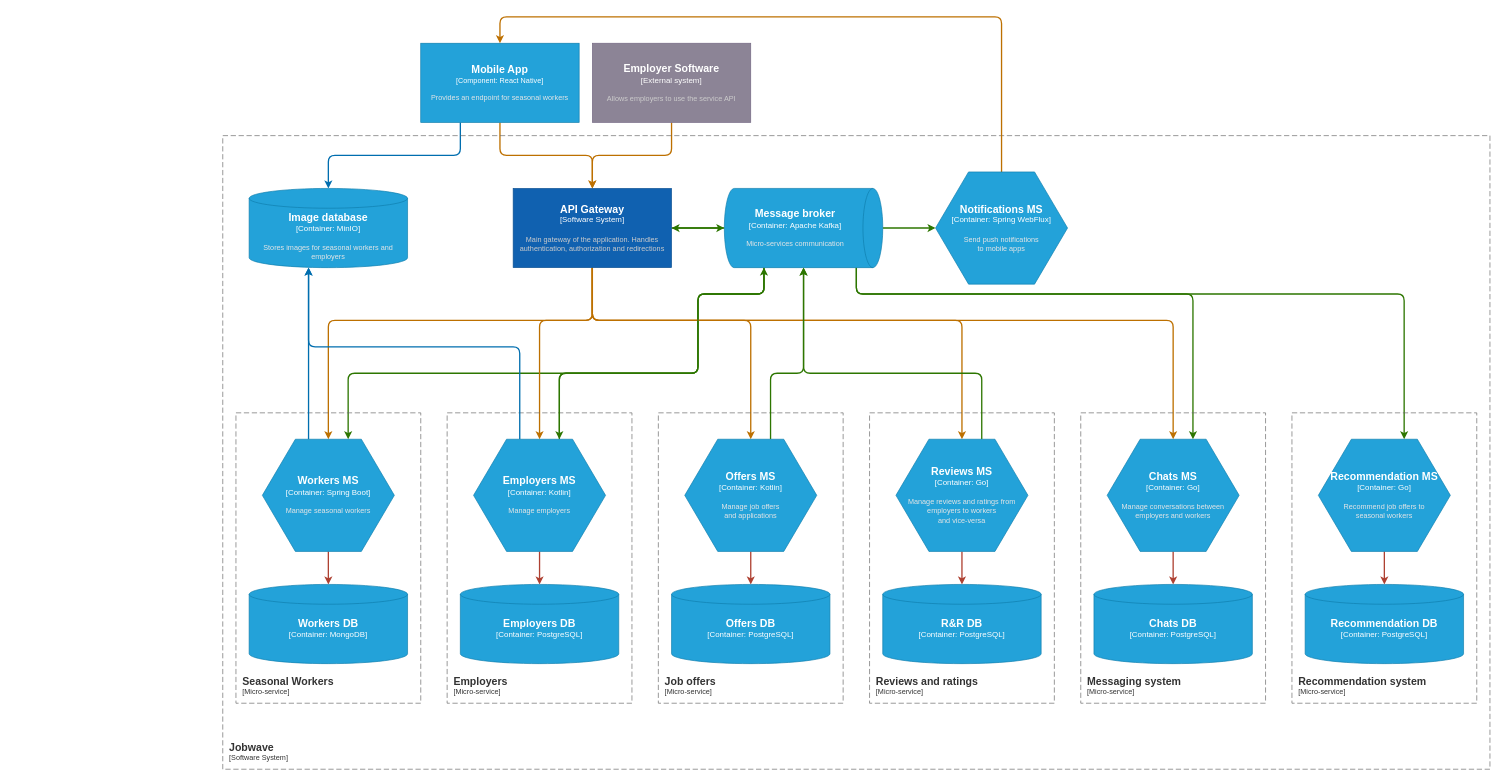
BioTheWolff/Jobwave keeps this draw.io diagram as docs/architecture-diagram.drawio. Above is the earlier version. Source tidied: cells renumbered, new cells numbered last; positions are measured from the earlier drawing's top-left corner, leaving out a move shared by most shapes. Both pictures are drawn from the tidied source at 66%, with x=0, y=0 at pixel (222, 16).
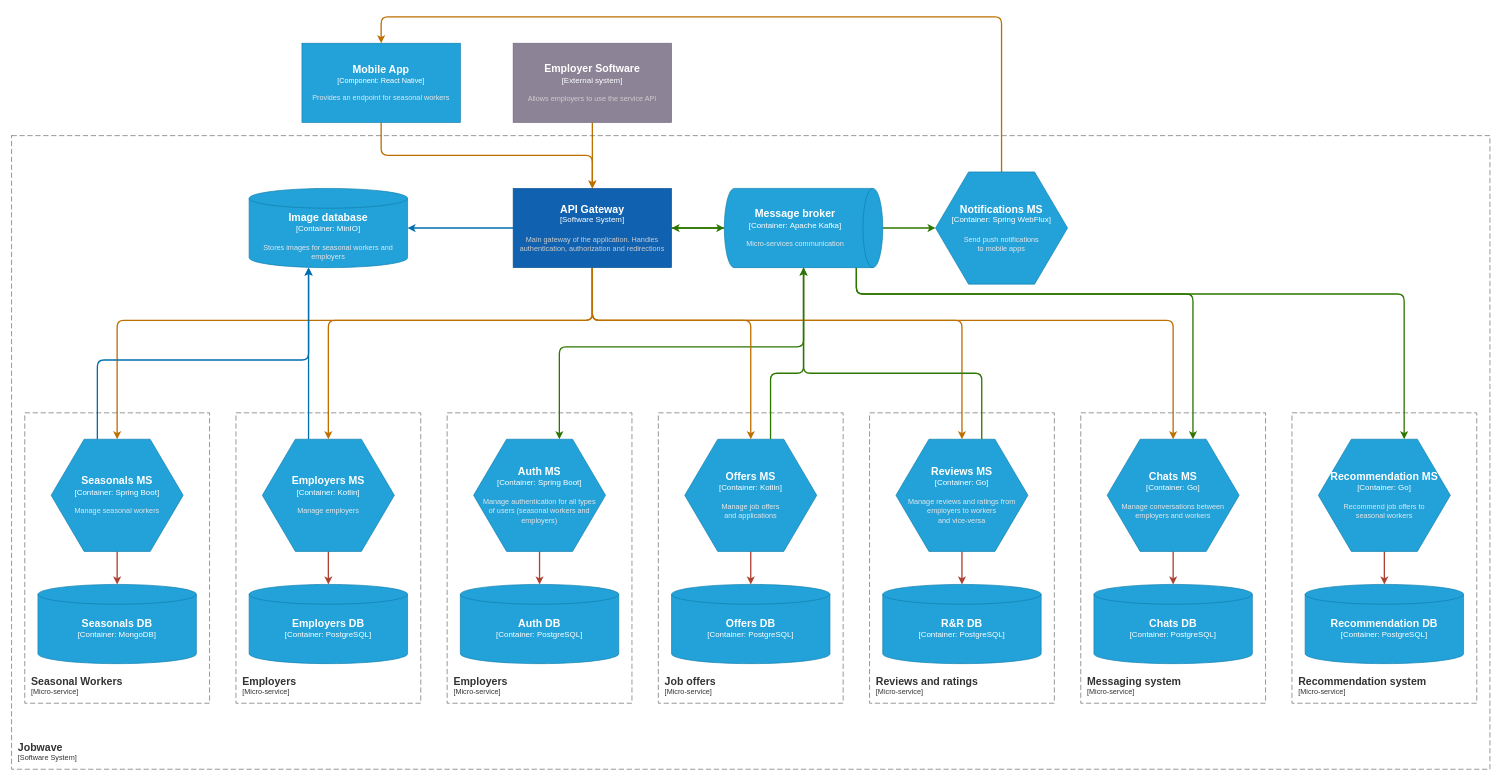
The same page after the edit.

Commit message:
feat: add auth ms to diagram

Unchanged cells that the change refers to:
```xml
<object id="8" label="&lt;font style=&quot;font-size: 16px&quot;&gt;&lt;b&gt;%c4Type%&lt;/b&gt;&lt;/font&gt;&lt;div&gt;[%c4Container%:&amp;nbsp;%c4Technology%]&lt;/div&gt;&lt;br&gt;&lt;div&gt;&lt;font style=&quot;font-size: 11px&quot;&gt;&lt;font color=&quot;#E6E6E6&quot;&gt;%c4Description%&lt;/font&gt;&lt;/div&gt;" c4Container="Container" c4Description="Stores images for seasonal workers and employers" c4Technology="MinIO" c4Type="Image database" placeholders="1">
  <mxCell style="shape=cylinder3;size=15;whiteSpace=wrap;html=1;boundedLbl=1;rounded=0;labelBackgroundColor=none;fillColor=#23A2D9;fontSize=12;fontColor=#ffffff;align=center;strokeColor=#0E7DAD;points=[[0.5,0,0],[1,0.25,0],[1,0.5,0],[1,0.75,0],[0.5,1,0],[0,0.75,0],[0,0.5,0],[0,0.25,0]];" parent="1" vertex="1">
    <mxGeometry x="40" y="260" width="240" height="120" as="geometry" />
  </mxCell>
</object>
<object id="15" label="&lt;font style=&quot;font-size: 16px&quot;&gt;&lt;b&gt;%c4Type%&lt;/b&gt;&lt;/font&gt;&lt;div&gt;[%c4Container%:&amp;nbsp;%c4Technology%]&lt;/div&gt;&lt;br&gt;&lt;div&gt;&lt;font style=&quot;font-size: 11px&quot;&gt;&lt;font color=&quot;#E6E6E6&quot;&gt;%c4Description%&lt;/font&gt;&lt;/div&gt;" c4Container="Container" c4Description="Micro-services communication" c4Technology="Apache Kafka" c4Type="Message broker" placeholders="1">
  <mxCell style="shape=cylinder3;size=15;direction=south;whiteSpace=wrap;html=1;boundedLbl=1;rounded=0;labelBackgroundColor=none;fillColor=#23A2D9;fontSize=12;fontColor=#ffffff;align=center;strokeColor=#0E7DAD;points=[[0.5,0,0],[1,0.25,0],[1,0.5,0],[1,0.75,0],[0.5,1,0],[0,0.75,0],[0,0.5,0],[0,0.25,0]];" parent="1" vertex="1">
    <mxGeometry x="760" y="260" width="240" height="120" as="geometry" />
  </mxCell>
</object>
<object id="22" label="&lt;font style=&quot;font-size: 16px&quot;&gt;&lt;b&gt;%c4Name%&lt;/b&gt;&lt;/font&gt;&lt;div&gt;[%c4Type%]&lt;/div&gt;&lt;br&gt;&lt;div&gt;&lt;font style=&quot;font-size: 11px&quot;&gt;&lt;font color=&quot;#cccccc&quot;&gt;%c4Description%&lt;/font&gt;&lt;/div&gt;" c4Description="Main gateway of the application. Handles authentication, authorization and redirections" c4Name="API Gateway" c4Type="Software System" placeholders="1">
  <mxCell style="rounded=0;whiteSpace=wrap;html=1;labelBackgroundColor=none;fillColor=#1061B0;fontColor=#ffffff;align=center;arcSize=10;strokeColor=#0D5091;points=[[0.25,0,0],[0.5,0,0],[0.75,0,0],[1,0.25,0],[1,0.5,0],[1,0.75,0],[0.75,1,0],[0.5,1,0],[0.25,1,0],[0,0.75,0],[0,0.5,0],[0,0.25,0]];" parent="1" vertex="1">
    <mxGeometry x="440" y="260" width="240" height="120" as="geometry" />
  </mxCell>
</object>
<object id="49" label="&lt;font style=&quot;font-size: 16px&quot;&gt;&lt;b&gt;%c4Type%&lt;/b&gt;&lt;/font&gt;&lt;div&gt;[%c4Container%:&amp;nbsp;%c4Technology%]&lt;/div&gt;&lt;br&gt;&lt;div&gt;&lt;font style=&quot;font-size: 11px&quot;&gt;&lt;font color=&quot;#E6E6E6&quot;&gt;%c4Description%&lt;/font&gt;&lt;/div&gt;" c4Container="Container" c4Description="Send push notifications&#10;to mobile apps" c4Technology="Spring WebFlux" c4Type="Notifications MS" placeholders="1">
  <mxCell style="shape=hexagon;size=50;perimeter=hexagonPerimeter2;whiteSpace=wrap;html=1;fixedSize=1;rounded=0;labelBackgroundColor=none;fillColor=#23A2D9;fontSize=12;fontColor=#ffffff;align=center;strokeColor=#0E7DAD;points=[[0.5,0,0],[1,0.25,0],[1,0.5,0],[1,0.75,0],[0.5,1,0],[0,0.75,0],[0,0.5,0],[0,0.25,0]];" parent="1" vertex="1">
    <mxGeometry x="1080" y="235" width="200" height="170" as="geometry" />
  </mxCell>
</object>
```

What changed in the source:
```diff
@@
     <object id="3" label="&lt;font style=&quot;font-size: 16px&quot;&gt;&lt;b&gt;%c4Name%&lt;/b&gt;&lt;/font&gt;&lt;div&gt;[%c4Type%]&lt;/div&gt;&lt;br&gt;&lt;div&gt;&lt;font style=&quot;font-size: 11px&quot;&gt;&lt;font color=&quot;#cccccc&quot;&gt;%c4Description%&lt;/font&gt;&lt;/div&gt;" c4Description="Allows employers to use the service API" c4Name="Employer Software" c4Type="External system" placeholders="1">
       <mxCell style="rounded=0;whiteSpace=wrap;html=1;labelBackgroundColor=none;fillColor=#8C8496;fontColor=#ffffff;align=center;arcSize=10;strokeColor=#736782;points=[[0.25,0,0],[0.5,0,0],[0.75,0,0],[1,0.25,0],[1,0.5,0],[1,0.75,0],[0.75,1,0],[0.5,1,0],[0.25,1,0],[0,0.75,0],[0,0.5,0],[0,0.25,0]];" parent="1" vertex="1">
-        <mxGeometry x="560" y="40" width="240" height="120" as="geometry" />
+        <mxGeometry x="440" y="40" width="240" height="120" as="geometry" />
       </mxCell>
     </object>
     <mxCell id="4" style="edgeStyle=orthogonalEdgeStyle;jettySize=auto;html=1;strokeWidth=2;fillColor=#f0a30a;strokeColor=#BD7000;" parent="1" edge="1" source="6" target="22">
-      <mxGeometry relative="1" as="geometry" />
+      <mxGeometry relative="1" as="geometry">
+        <Array as="points">
+          <mxPoint x="240" y="210" />
+          <mxPoint x="560" y="210" />
+        </Array>
+      </mxGeometry>
     </mxCell>
-    <mxCell id="5" style="edgeStyle=orthogonalEdgeStyle;jettySize=auto;html=1;strokeWidth=2;fillColor=#1ba1e2;strokeColor=#006EAF;" parent="1" edge="1" source="6" target="8">
+    <mxCell id="5" style="edgeStyle=orthogonalEdgeStyle;jettySize=auto;html=1;strokeWidth=2;fillColor=#1ba1e2;strokeColor=#006EAF;" parent="1" edge="1" source="22" target="8">
       <mxGeometry relative="1" as="geometry">
         <Array as="points">
-          <mxPoint x="360" y="210" />
-          <mxPoint x="160" y="210" />
+          <mxPoint x="190" y="330" />
+          <mxPoint x="190" y="330" />
         </Array>
       </mxGeometry>
     </mxCell>
     <object id="6" label="&lt;font style=&quot;font-size: 16px&quot;&gt;&lt;b&gt;%c4Name%&lt;/b&gt;&lt;/font&gt;&lt;div&gt;[%c4Type%: %c4Technology%]&lt;/div&gt;&lt;br&gt;&lt;div&gt;&lt;font style=&quot;font-size: 11px&quot;&gt;&lt;font color=&quot;#E6E6E6&quot;&gt;%c4Description%&lt;/font&gt;&lt;/div&gt;" c4Description="Provides an endpoint for seasonal workers" c4Name="Mobile App" c4Technology="React Native" c4Type="Component" placeholders="1">
       <mxCell style="rounded=0;whiteSpace=wrap;html=1;fontSize=11;labelBackgroundColor=none;fillColor=#23A2D9;fontColor=#ffffff;align=center;arcSize=10;strokeColor=#0E7DAD;points=[[0.25,0,0],[0.5,0,0],[0.75,0,0],[1,0.25,0],[1,0.5,0],[1,0.75,0],[0.75,1,0],[0.5,1,0],[0.25,1,0],[0,0.75,0],[0,0.5,0],[0,0.25,0]];" parent="1" vertex="1">
-        <mxGeometry x="300" y="40" width="240" height="120" as="geometry" />
+        <mxGeometry x="120" y="40" width="240" height="120" as="geometry" />
       </mxCell>
     </object>
     <object id="7" label="&lt;font style=&quot;font-size: 16px&quot;&gt;&lt;b&gt;&lt;div style=&quot;text-align: left&quot;&gt;%c4Name%&lt;/div&gt;&lt;/b&gt;&lt;/font&gt;&lt;div style=&quot;text-align: left&quot;&gt;[%c4Application%]&lt;/div&gt;" c4Application="Software System" c4Name="Jobwave" placeholders="1">
       <mxCell style="rounded=0;fontSize=11;whiteSpace=wrap;html=1;dashed=1;arcSize=20;fillColor=none;strokeColor=#666666;fontColor=#333333;labelBackgroundColor=none;align=left;verticalAlign=bottom;labelBorderColor=none;spacingTop=0;spacing=10;dashPattern=8 4;perimeter=rectanglePerimeter;noLabel=0;labelPadding=0;absoluteArcSize=1;" parent="1" vertex="1">
-        <mxGeometry y="180" width="1920" height="960" as="geometry" />
+        <mxGeometry x="-320" y="180" width="2240" height="960" as="geometry" />
       </mxCell>
     </object>
@@
-    <mxCell id="11" style="edgeStyle=orthogonalEdgeStyle;jettySize=auto;html=1;strokeWidth=2;fillColor=#60a917;strokeColor=#2D7600;" parent="1" edge="1" source="15" target="32">
-      <mxGeometry relative="1" as="geometry">
-        <Array as="points">
-          <mxPoint x="820" y="420" />
-          <mxPoint x="720" y="420" />
-          <mxPoint x="720" y="540" />
-          <mxPoint x="510" y="540" />
-        </Array>
-      </mxGeometry>
-    </mxCell>
-    <mxCell id="12" style="edgeStyle=orthogonalEdgeStyle;jettySize=auto;html=1;strokeWidth=2;fillColor=#60a917;strokeColor=#2D7600;" parent="1" edge="1" source="15" target="26">
-      <mxGeometry relative="1" as="geometry">
-        <Array as="points">
-          <mxPoint x="820" y="420" />
-          <mxPoint x="720" y="420" />
-          <mxPoint x="720" y="540" />
-          <mxPoint x="190" y="540" />
-        </Array>
-      </mxGeometry>
-    </mxCell>
@@
+    <mxCell id="54" style="edgeStyle=orthogonalEdgeStyle;rounded=1;jettySize=auto;html=1;strokeWidth=2;fillColor=#60a917;strokeColor=#2D7600;" parent="1" edge="1" source="15" target="57">
+      <mxGeometry relative="1" as="geometry">
+        <Array as="points">
+          <mxPoint x="880" y="500" />
+          <mxPoint x="510" y="500" />
+        </Array>
+      </mxGeometry>
+    </mxCell>
@@
     <mxCell id="16" style="edgeStyle=orthogonalEdgeStyle;jettySize=auto;html=1;strokeWidth=2;fillColor=#f0a30a;strokeColor=#BD7000;" parent="1" edge="1" source="22" target="32">
       <mxGeometry relative="1" as="geometry">
         <Array as="points">
           <mxPoint x="560" y="460" />
-          <mxPoint x="480" y="460" />
+          <mxPoint x="160" y="460" />
         </Array>
       </mxGeometry>
     </mxCell>
     <mxCell id="17" style="edgeStyle=orthogonalEdgeStyle;jettySize=auto;html=1;strokeWidth=2;fillColor=#f0a30a;strokeColor=#BD7000;" parent="1" edge="1" source="22" target="26">
       <mxGeometry relative="1" as="geometry">
         <Array as="points">
           <mxPoint x="560" y="460" />
-          <mxPoint x="160" y="460" />
+          <mxPoint x="-160" y="460" />
         </Array>
       </mxGeometry>
     </mxCell>
@@
     <object id="23" label="&lt;font style=&quot;font-size: 16px&quot;&gt;&lt;b&gt;&lt;div style=&quot;text-align: left&quot;&gt;%c4Name%&lt;/div&gt;&lt;/b&gt;&lt;/font&gt;&lt;div style=&quot;text-align: left&quot;&gt;[%c4Application%]&lt;/div&gt;" c4Application="Micro-service" c4Name="Seasonal Workers" placeholders="1">
       <mxCell style="rounded=0;fontSize=11;whiteSpace=wrap;html=1;dashed=1;arcSize=20;fillColor=none;strokeColor=#666666;fontColor=#333333;labelBackgroundColor=none;align=left;verticalAlign=bottom;labelBorderColor=none;spacingTop=0;spacing=10;dashPattern=8 4;perimeter=rectanglePerimeter;noLabel=0;labelPadding=0;absoluteArcSize=1;" parent="1" vertex="1">
-        <mxGeometry x="20" y="600" width="280" height="440" as="geometry" />
+        <mxGeometry x="-300" y="600" width="280" height="440" as="geometry" />
       </mxCell>
     </object>
@@
     <mxCell id="25" style="edgeStyle=orthogonalEdgeStyle;jettySize=auto;html=1;strokeWidth=2;fillColor=#1ba1e2;strokeColor=#006EAF;" parent="1" edge="1" source="26" target="8">
       <mxGeometry relative="1" as="geometry">
         <Array as="points">
-          <mxPoint x="130" y="520" />
+          <mxPoint x="-190" y="520" />
           <mxPoint x="130" y="520" />
         </Array>
       </mxGeometry>
     </mxCell>
-    <object id="26" label="&lt;font style=&quot;font-size: 16px&quot;&gt;&lt;b&gt;%c4Type%&lt;/b&gt;&lt;/font&gt;&lt;div&gt;[%c4Container%:&amp;nbsp;%c4Technology%]&lt;/div&gt;&lt;br&gt;&lt;div&gt;&lt;font style=&quot;font-size: 11px&quot;&gt;&lt;font color=&quot;#E6E6E6&quot;&gt;%c4Description%&lt;/font&gt;&lt;/div&gt;" c4Container="Container" c4Description="Manage seasonal workers" c4Technology="Spring Boot" c4Type="Workers MS" placeholders="1">
+    <object id="26" label="&lt;font style=&quot;font-size: 16px&quot;&gt;&lt;b&gt;%c4Type%&lt;/b&gt;&lt;/font&gt;&lt;div&gt;[%c4Container%:&amp;nbsp;%c4Technology%]&lt;/div&gt;&lt;br&gt;&lt;div&gt;&lt;font style=&quot;font-size: 11px&quot;&gt;&lt;font color=&quot;#E6E6E6&quot;&gt;%c4Description%&lt;/font&gt;&lt;/div&gt;" c4Container="Container" c4Description="Manage seasonal workers" c4Technology="Spring Boot" c4Type="Seasonals MS" placeholders="1">
       <mxCell style="shape=hexagon;size=50;perimeter=hexagonPerimeter2;whiteSpace=wrap;html=1;fixedSize=1;rounded=0;labelBackgroundColor=none;fillColor=#23A2D9;fontSize=12;fontColor=#ffffff;align=center;strokeColor=#0E7DAD;points=[[0.5,0,0],[1,0.25,0],[1,0.5,0],[1,0.75,0],[0.5,1,0],[0,0.75,0],[0,0.5,0],[0,0.25,0]];" parent="1" vertex="1">
-        <mxGeometry x="60" y="640" width="200" height="170" as="geometry" />
+        <mxGeometry x="-260" y="640" width="200" height="170" as="geometry" />
       </mxCell>
     </object>
-    <object id="27" label="&lt;font style=&quot;font-size: 16px&quot;&gt;&lt;b&gt;%c4Type%&lt;/b&gt;&lt;/font&gt;&lt;div&gt;[%c4Container%:&amp;nbsp;%c4Technology%]&lt;/div&gt;&lt;br&gt;&lt;div&gt;&lt;font style=&quot;font-size: 11px&quot;&gt;&lt;font color=&quot;#E6E6E6&quot;&gt;%c4Description%&lt;/font&gt;&lt;/div&gt;" c4Container="Container" c4Description="" c4Technology="MongoDB" c4Type="Workers DB" placeholders="1">
+    <object id="27" label="&lt;font style=&quot;font-size: 16px&quot;&gt;&lt;b&gt;%c4Type%&lt;/b&gt;&lt;/font&gt;&lt;div&gt;[%c4Container%:&amp;nbsp;%c4Technology%]&lt;/div&gt;&lt;br&gt;&lt;div&gt;&lt;font style=&quot;font-size: 11px&quot;&gt;&lt;font color=&quot;#E6E6E6&quot;&gt;%c4Description%&lt;/font&gt;&lt;/div&gt;" c4Container="Container" c4Description="" c4Technology="MongoDB" c4Type="Seasonals DB" placeholders="1">
       <mxCell style="shape=cylinder3;size=15;whiteSpace=wrap;html=1;boundedLbl=1;rounded=0;labelBackgroundColor=none;fillColor=#23A2D9;fontSize=12;fontColor=#ffffff;align=center;strokeColor=#0E7DAD;points=[[0.5,0,0],[1,0.25,0],[1,0.5,0],[1,0.75,0],[0.5,1,0],[0,0.75,0],[0,0.5,0],[0,0.25,0]];" parent="1" vertex="1">
-        <mxGeometry x="40" y="860" width="240" height="120" as="geometry" />
+        <mxGeometry x="-280" y="860" width="240" height="120" as="geometry" />
       </mxCell>
     </object>
     <object id="28" label="&lt;font style=&quot;font-size: 16px&quot;&gt;&lt;b&gt;&lt;div style=&quot;text-align: left&quot;&gt;%c4Name%&lt;/div&gt;&lt;/b&gt;&lt;/font&gt;&lt;div style=&quot;text-align: left&quot;&gt;[%c4Application%]&lt;/div&gt;" c4Application="Micro-service" c4Name="Employers" placeholders="1">
       <mxCell style="rounded=0;fontSize=11;whiteSpace=wrap;html=1;dashed=1;arcSize=20;fillColor=none;strokeColor=#666666;fontColor=#333333;labelBackgroundColor=none;align=left;verticalAlign=bottom;labelBorderColor=none;spacingTop=0;spacing=10;dashPattern=8 4;perimeter=rectanglePerimeter;noLabel=0;labelPadding=0;absoluteArcSize=1;" parent="1" vertex="1">
-        <mxGeometry x="340" y="600" width="280" height="440" as="geometry" />
+        <mxGeometry x="20" y="600" width="280" height="440" as="geometry" />
       </mxCell>
     </object>
@@
     <mxCell id="30" style="edgeStyle=orthogonalEdgeStyle;jettySize=auto;html=1;strokeWidth=2;fillColor=#1ba1e2;strokeColor=#006EAF;" parent="1" edge="1" source="32" target="8">
       <mxGeometry relative="1" as="geometry">
         <Array as="points">
-          <mxPoint x="450" y="500" />
-          <mxPoint x="130" y="500" />
+          <mxPoint x="130" y="610" />
+          <mxPoint x="130" y="610" />
         </Array>
       </mxGeometry>
     </mxCell>
-    <mxCell id="31" style="edgeStyle=orthogonalEdgeStyle;jettySize=auto;html=1;strokeWidth=2;fillColor=#60a917;strokeColor=#2D7600;" parent="1" edge="1" source="32" target="15">
-      <mxGeometry relative="1" as="geometry">
-        <Array as="points">
-          <mxPoint x="510" y="540" />
-          <mxPoint x="720" y="540" />
-          <mxPoint x="720" y="420" />
-          <mxPoint x="820" y="420" />
-        </Array>
-      </mxGeometry>
-    </mxCell>
     <object id="32" label="&lt;font style=&quot;font-size: 16px&quot;&gt;&lt;b&gt;%c4Type%&lt;/b&gt;&lt;/font&gt;&lt;div&gt;[%c4Container%:&amp;nbsp;%c4Technology%]&lt;/div&gt;&lt;br&gt;&lt;div&gt;&lt;font style=&quot;font-size: 11px&quot;&gt;&lt;font color=&quot;#E6E6E6&quot;&gt;%c4Description%&lt;/font&gt;&lt;/div&gt;" c4Container="Container" c4Description="Manage employers" c4Technology="Kotlin" c4Type="Employers MS" placeholders="1">
       <mxCell style="shape=hexagon;size=50;perimeter=hexagonPerimeter2;whiteSpace=wrap;html=1;fixedSize=1;rounded=0;labelBackgroundColor=none;fillColor=#23A2D9;fontSize=12;fontColor=#ffffff;align=center;strokeColor=#0E7DAD;points=[[0.5,0,0],[1,0.25,0],[1,0.5,0],[1,0.75,0],[0.5,1,0],[0,0.75,0],[0,0.5,0],[0,0.25,0]];" parent="1" vertex="1">
-        <mxGeometry x="380" y="640" width="200" height="170" as="geometry" />
+        <mxGeometry x="60" y="640" width="200" height="170" as="geometry" />
       </mxCell>
     </object>
     <object id="33" label="&lt;font style=&quot;font-size: 16px&quot;&gt;&lt;b&gt;%c4Type%&lt;/b&gt;&lt;/font&gt;&lt;div&gt;[%c4Container%:&amp;nbsp;%c4Technology%]&lt;/div&gt;&lt;br&gt;&lt;div&gt;&lt;font style=&quot;font-size: 11px&quot;&gt;&lt;font color=&quot;#E6E6E6&quot;&gt;%c4Description%&lt;/font&gt;&lt;/div&gt;" c4Container="Container" c4Description="" c4Technology="PostgreSQL" c4Type="Employers DB" placeholders="1">
       <mxCell style="shape=cylinder3;size=15;whiteSpace=wrap;html=1;boundedLbl=1;rounded=0;labelBackgroundColor=none;fillColor=#23A2D9;fontSize=12;fontColor=#ffffff;align=center;strokeColor=#0E7DAD;points=[[0.5,0,0],[1,0.25,0],[1,0.5,0],[1,0.75,0],[0.5,1,0],[0,0.75,0],[0,0.5,0],[0,0.25,0]];" parent="1" vertex="1">
-        <mxGeometry x="360" y="860" width="240" height="120" as="geometry" />
+        <mxGeometry x="40" y="860" width="240" height="120" as="geometry" />
       </mxCell>
     </object>
@@
     <mxCell id="48" style="edgeStyle=orthogonalEdgeStyle;jettySize=auto;html=1;strokeWidth=2;entryX=0.5;entryY=0;entryDx=0;entryDy=0;entryPerimeter=0;fillColor=#f0a30a;strokeColor=#BD7000;" parent="1" edge="1" source="49" target="6">
       <mxGeometry relative="1" as="geometry">
         <Array as="points">
-          <mxPoint x="1180" />
-          <mxPoint x="420" />
+          <mxPoint x="860" />
+          <mxPoint x="100" />
         </Array>
       </mxGeometry>
     </mxCell>
@@
+    <object id="55" label="&lt;font style=&quot;font-size: 16px&quot;&gt;&lt;b&gt;&lt;div style=&quot;text-align: left&quot;&gt;%c4Name%&lt;/div&gt;&lt;/b&gt;&lt;/font&gt;&lt;div style=&quot;text-align: left&quot;&gt;[%c4Application%]&lt;/div&gt;" c4Application="Micro-service" c4Name="Employers" placeholders="1">
+      <mxCell style="rounded=0;fontSize=11;whiteSpace=wrap;html=1;dashed=1;arcSize=20;fillColor=none;strokeColor=#666666;fontColor=#333333;labelBackgroundColor=none;align=left;verticalAlign=bottom;labelBorderColor=none;spacingTop=0;spacing=10;dashPattern=8 4;perimeter=rectanglePerimeter;noLabel=0;labelPadding=0;absoluteArcSize=1;" parent="1" vertex="1">
+        <mxGeometry x="340" y="600" width="280" height="440" as="geometry" />
+      </mxCell>
+    </object>
+    <mxCell id="56" style="edgeStyle=orthogonalEdgeStyle;rounded=0;jettySize=auto;html=1;entryX=0.5;entryY=0;entryDx=0;entryDy=0;entryPerimeter=0;strokeWidth=2;fillColor=#fad9d5;strokeColor=#ae4132;" parent="1" edge="1" source="57" target="58">
+      <mxGeometry relative="1" as="geometry" />
+    </mxCell>
+    <object id="57" label="&lt;font style=&quot;font-size: 16px&quot;&gt;&lt;b&gt;%c4Type%&lt;/b&gt;&lt;/font&gt;&lt;div&gt;[%c4Container%:&amp;nbsp;%c4Technology%]&lt;/div&gt;&lt;br&gt;&lt;div&gt;&lt;font style=&quot;font-size: 11px&quot;&gt;&lt;font color=&quot;#E6E6E6&quot;&gt;%c4Description%&lt;/font&gt;&lt;/div&gt;" c4Container="Container" c4Description="Manage authentication for all types&#10;of users (seasonal workers and employers)" c4Technology="Spring Boot" c4Type="Auth MS" placeholders="1">
+      <mxCell style="shape=hexagon;size=50;perimeter=hexagonPerimeter2;whiteSpace=wrap;html=1;fixedSize=1;rounded=0;labelBackgroundColor=none;fillColor=#23A2D9;fontSize=12;fontColor=#ffffff;align=center;strokeColor=#0E7DAD;points=[[0.5,0,0],[1,0.25,0],[1,0.5,0],[1,0.75,0],[0.5,1,0],[0,0.75,0],[0,0.5,0],[0,0.25,0]];" parent="1" vertex="1">
+        <mxGeometry x="380" y="640" width="200" height="170" as="geometry" />
+      </mxCell>
+    </object>
+    <object id="58" label="&lt;font style=&quot;font-size: 16px&quot;&gt;&lt;b&gt;%c4Type%&lt;/b&gt;&lt;/font&gt;&lt;div&gt;[%c4Container%:&amp;nbsp;%c4Technology%]&lt;/div&gt;&lt;br&gt;&lt;div&gt;&lt;font style=&quot;font-size: 11px&quot;&gt;&lt;font color=&quot;#E6E6E6&quot;&gt;%c4Description%&lt;/font&gt;&lt;/div&gt;" c4Container="Container" c4Description="" c4Technology="PostgreSQL" c4Type="Auth DB" placeholders="1">
+      <mxCell style="shape=cylinder3;size=15;whiteSpace=wrap;html=1;boundedLbl=1;rounded=0;labelBackgroundColor=none;fillColor=#23A2D9;fontSize=12;fontColor=#ffffff;align=center;strokeColor=#0E7DAD;points=[[0.5,0,0],[1,0.25,0],[1,0.5,0],[1,0.75,0],[0.5,1,0],[0,0.75,0],[0,0.5,0],[0,0.25,0]];" parent="1" vertex="1">
+        <mxGeometry x="360" y="860" width="240" height="120" as="geometry" />
+      </mxCell>
+    </object>
```
